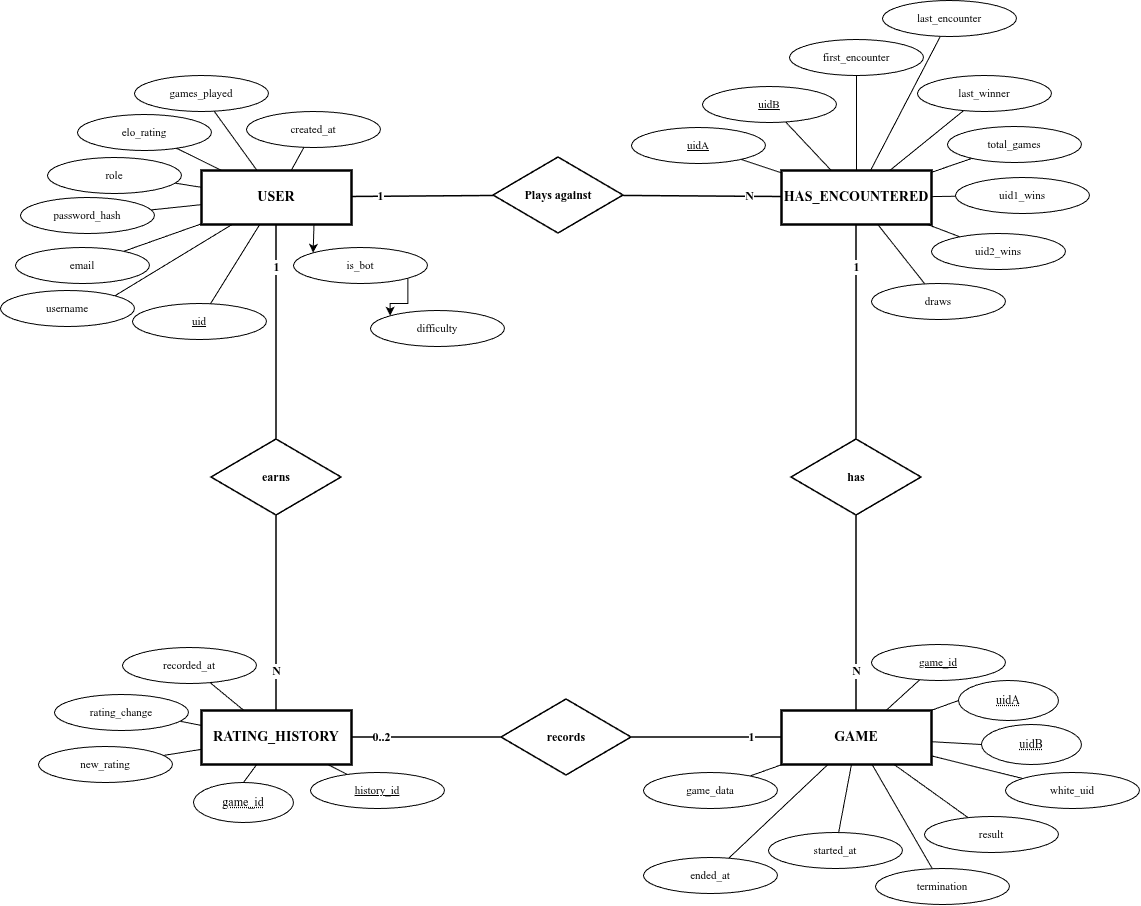
The draw.io diagram Reports/images/client-erd.png in TheUnknown392/ches, before a commit. Source tidied: cells renumbered, new cells last; positions are measured from the earlier drawing's top-left corner, leaving out a move shared by most shapes.
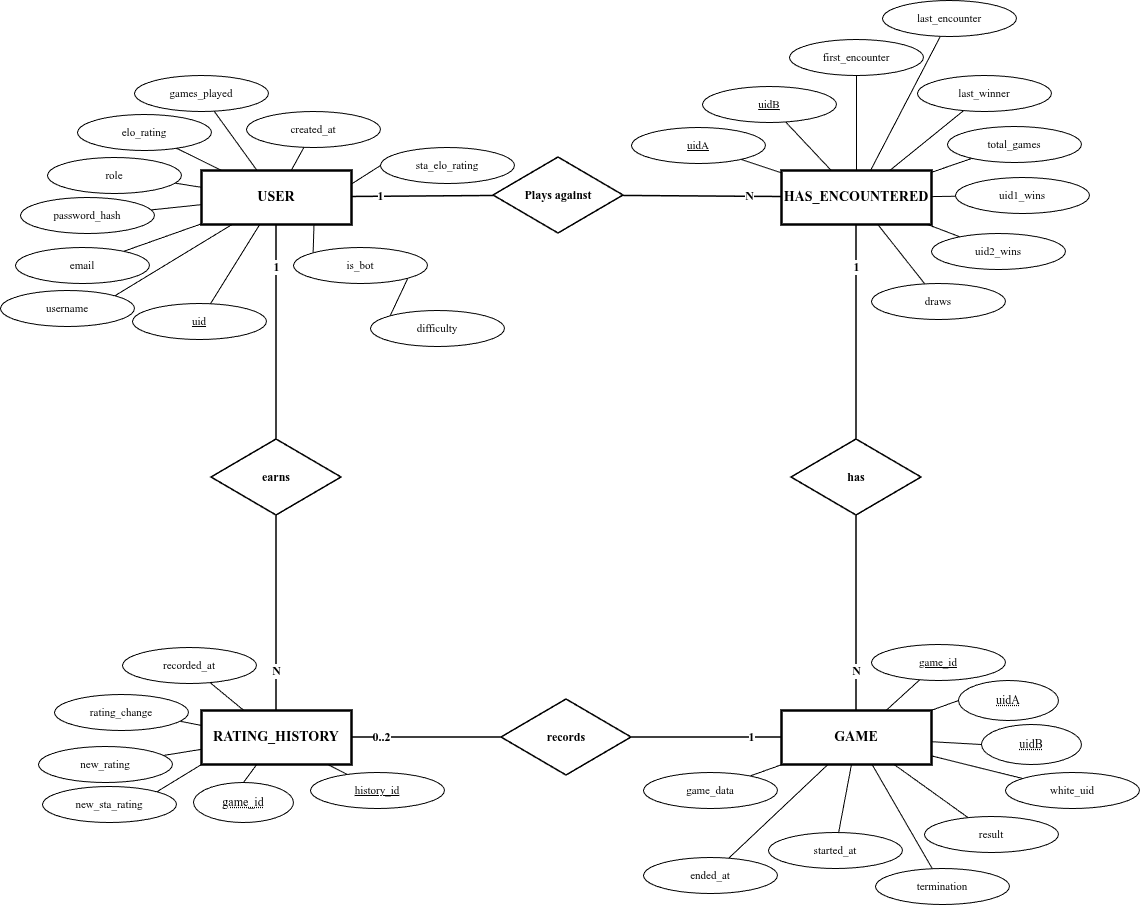
The same file after the commit.

Change to the diagram source:
```diff
@@ -119,9 +119,12 @@
     <mxCell id="40" style="endArrow=none;html=1;strokeColor=#000000;strokeWidth=1;fontFamily=Times New Roman;fontStyle=0;" parent="1" edge="1" source="77" target="45">
       <mxGeometry relative="1" as="geometry" />
     </mxCell>
-    <mxCell id="41" style="edgeStyle=orthogonalEdgeStyle;rounded=0;jettySize=auto;html=1;exitX=0.75;exitY=1;exitDx=0;exitDy=0;entryX=0;entryY=0;entryDx=0;entryDy=0;fontStyle=0;" parent="1" edge="1" source="42" target="82">
+    <mxCell id="41" style="edgeStyle=orthogonalEdgeStyle;rounded=0;jettySize=auto;html=1;exitX=0.75;exitY=1;exitDx=0;exitDy=0;entryX=0;entryY=0;entryDx=0;entryDy=0;fontStyle=0;endArrow=none;endFill=0;" parent="1" edge="1" source="42" target="82">
       <mxGeometry relative="1" as="geometry" />
     </mxCell>
+    <mxCell id="84" style="rounded=0;jettySize=auto;html=1;exitX=1;exitY=0.25;exitDx=0;exitDy=0;entryX=0;entryY=0.5;entryDx=0;entryDy=0;endArrow=none;endFill=0;" parent="1" edge="1" source="42" target="86">
+      <mxGeometry relative="1" as="geometry" />
+    </mxCell>
     <mxCell id="42" value="USER" style="fillColor=#ffffff;strokeColor=#000000;fontColor=#000000;html=1;shape=rectangle;strokeWidth=2.5;fontStyle=1;fontSize=14;whiteSpace=wrap;fontFamily=Times New Roman;" parent="1" vertex="1">
       <mxGeometry x="201" y="170" width="150" height="54" as="geometry" />
     </mxCell>
@@ -131,6 +134,9 @@
     <mxCell id="44" value="GAME" style="fillColor=#ffffff;strokeColor=#000000;fontColor=#000000;html=1;shape=rectangle;strokeWidth=2.5;fontStyle=1;fontSize=14;whiteSpace=wrap;fontFamily=Times New Roman;" parent="1" vertex="1">
       <mxGeometry x="781" y="710" width="150" height="54" as="geometry" />
     </mxCell>
+    <mxCell id="85" style="rounded=0;jettySize=auto;html=1;exitX=0;exitY=1;exitDx=0;exitDy=0;entryX=1;entryY=0;entryDx=0;entryDy=0;endArrow=none;endFill=0;" parent="1" edge="1" source="45" target="87">
+      <mxGeometry relative="1" as="geometry" />
+    </mxCell>
     <mxCell id="45" value="RATING_HISTORY" style="fillColor=#ffffff;strokeColor=#000000;fontColor=#000000;html=1;shape=rectangle;strokeWidth=2.5;fontStyle=1;fontSize=14;whiteSpace=wrap;fontFamily=Times New Roman;" parent="1" vertex="1">
       <mxGeometry x="201" y="710" width="150" height="54" as="geometry" />
     </mxCell>
@@ -239,7 +245,7 @@
     <mxCell id="80" value="game_id" style="ellipse;whiteSpace=wrap;html=1;align=center;fontStyle=20;fontFamily=Times New Roman;" parent="1" vertex="1">
       <mxGeometry x="193" y="782" width="100" height="40" as="geometry" />
     </mxCell>
-    <mxCell id="81" style="edgeStyle=orthogonalEdgeStyle;rounded=0;jettySize=auto;html=1;exitX=1;exitY=1;exitDx=0;exitDy=0;entryX=0;entryY=0;entryDx=0;entryDy=0;" parent="1" edge="1" source="82" target="83">
+    <mxCell id="81" style="rounded=0;jettySize=auto;html=1;exitX=1;exitY=1;exitDx=0;exitDy=0;entryX=0;entryY=0;entryDx=0;entryDy=0;endArrow=none;endFill=0;" parent="1" edge="1" source="82" target="83">
       <mxGeometry relative="1" as="geometry" />
     </mxCell>
     <mxCell id="82" value="is_bot" style="fillColor=#ffffff;strokeColor=#000000;fontColor=#000000;html=1;shape=ellipse;perimeter=ellipsePerimeter;strokeWidth=1;fontSize=11;fontStyle=0;whiteSpace=wrap;fontFamily=Times New Roman;" parent="1" vertex="1">
@@ -248,5 +254,11 @@
     <mxCell id="83" value="difficulty" style="fillColor=#ffffff;strokeColor=#000000;fontColor=#000000;html=1;shape=ellipse;perimeter=ellipsePerimeter;strokeWidth=1;fontSize=11;fontStyle=0;whiteSpace=wrap;fontFamily=Times New Roman;" parent="1" vertex="1">
       <mxGeometry x="370" y="310" width="134" height="36" as="geometry" />
     </mxCell>
+    <mxCell id="86" value="sta_elo_rating" style="fillColor=#ffffff;strokeColor=#000000;fontColor=#000000;html=1;shape=ellipse;perimeter=ellipsePerimeter;strokeWidth=1;fontSize=11;fontStyle=0;whiteSpace=wrap;fontFamily=Times New Roman;" parent="1" vertex="1">
+      <mxGeometry x="380" y="147" width="134" height="36" as="geometry" />
+    </mxCell>
+    <mxCell id="87" value="new_sta_rating" style="fillColor=#ffffff;strokeColor=#000000;fontColor=#000000;html=1;shape=ellipse;perimeter=ellipsePerimeter;strokeWidth=1;fontSize=11;fontStyle=0;whiteSpace=wrap;fontFamily=Times New Roman;" parent="1" vertex="1">
+      <mxGeometry x="42" y="786" width="134" height="36" as="geometry" />
+    </mxCell>
   </root>
 </mxGraphModel>
```
